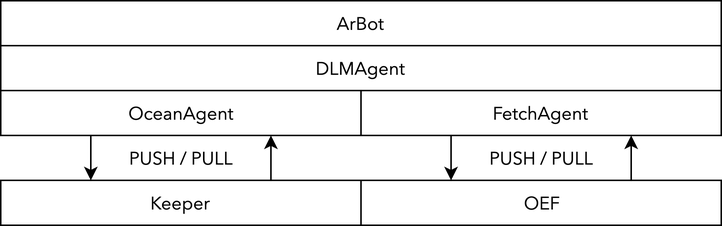
Before: img/dlm_stack.png, a diagram exported from draw.io (OutlierVentures/ArBot). Source tidied: cells renumbered, new cells last; positions are measured from the earlier drawing's top-left corner, leaving out a move shared by most shapes. Its diagram source:
```xml
<mxGraphModel>
  <root>
    <mxCell id="0" />
    <mxCell id="1" parent="0" />
    <mxCell id="2" style="edgeStyle=orthogonalEdgeStyle;rounded=0;jettySize=auto;html=1;exitX=0.75;exitY=0;exitDx=0;exitDy=0;entryX=0.75;entryY=1;entryDx=0;entryDy=0;" parent="1" edge="1" source="3" target="9">
      <mxGeometry relative="1" as="geometry" />
    </mxCell>
    <mxCell id="3" value="OEF" style="rounded=0;whiteSpace=wrap;html=1;fontFamily=Avenir Next;" parent="1" vertex="1">
      <mxGeometry x="240" y="120" width="240" height="30" as="geometry" />
    </mxCell>
    <mxCell id="4" style="edgeStyle=orthogonalEdgeStyle;rounded=0;jettySize=auto;html=1;exitX=0.75;exitY=0;exitDx=0;exitDy=0;entryX=0.75;entryY=1;entryDx=0;entryDy=0;" parent="1" edge="1" source="5" target="7">
      <mxGeometry relative="1" as="geometry" />
    </mxCell>
    <mxCell id="5" value="Keeper" style="rounded=0;whiteSpace=wrap;html=1;fontFamily=Avenir Next;" parent="1" vertex="1">
      <mxGeometry y="120" width="240" height="30" as="geometry" />
    </mxCell>
    <mxCell id="6" style="edgeStyle=orthogonalEdgeStyle;rounded=0;jettySize=auto;html=1;exitX=0.25;exitY=1;exitDx=0;exitDy=0;entryX=0.25;entryY=0;entryDx=0;entryDy=0;" parent="1" edge="1" source="7" target="5">
      <mxGeometry relative="1" as="geometry" />
    </mxCell>
    <mxCell id="7" value="OceanAgent" style="rounded=0;whiteSpace=wrap;html=1;fontFamily=Avenir Next;" parent="1" vertex="1">
      <mxGeometry y="60" width="240" height="30" as="geometry" />
    </mxCell>
    <mxCell id="8" style="edgeStyle=orthogonalEdgeStyle;rounded=0;jettySize=auto;html=1;exitX=0.25;exitY=1;exitDx=0;exitDy=0;entryX=0.25;entryY=0;entryDx=0;entryDy=0;" parent="1" edge="1" source="9" target="3">
      <mxGeometry relative="1" as="geometry" />
    </mxCell>
    <mxCell id="9" value="FetchAgent" style="rounded=0;whiteSpace=wrap;html=1;fontFamily=Avenir Next;" parent="1" vertex="1">
      <mxGeometry x="240" y="60" width="240" height="30" as="geometry" />
    </mxCell>
    <mxCell id="10" value="&lt;div style=&quot;text-align: center&quot;&gt;&lt;span style=&quot;font-family: &amp;#34;avenir next&amp;#34;&quot;&gt;PUSH / PULL&lt;/span&gt;&lt;/div&gt;" style="text;html=1;align=left;verticalAlign=top;spacingTop=-4;" parent="1" vertex="1">
      <mxGeometry x="84" y="96" width="80" height="20" as="geometry" />
    </mxCell>
    <mxCell id="11" value="&lt;div style=&quot;text-align: center&quot;&gt;&lt;span style=&quot;font-family: &amp;#34;avenir next&amp;#34;&quot;&gt;PUSH / PULL&lt;/span&gt;&lt;/div&gt;" style="text;html=1;align=left;verticalAlign=top;spacingTop=-4;" parent="1" vertex="1">
      <mxGeometry x="324" y="96" width="80" height="20" as="geometry" />
    </mxCell>
    <mxCell id="12" value="DLMAgent" style="rounded=0;whiteSpace=wrap;html=1;fontFamily=Avenir Next;" parent="1" vertex="1">
      <mxGeometry y="30" width="480" height="30" as="geometry" />
    </mxCell>
    <mxCell id="13" value="ArBot" style="rounded=0;whiteSpace=wrap;html=1;fontFamily=Avenir Next;" parent="1" vertex="1">
      <mxGeometry width="480" height="30" as="geometry" />
    </mxCell>
  </root>
</mxGraphModel>
```
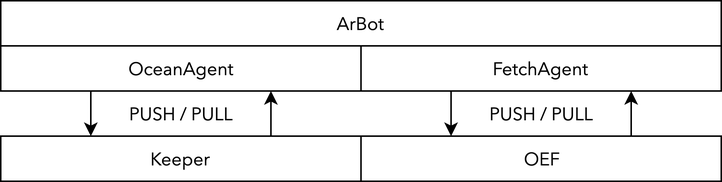
The same file after the commit.

What changed in the source:
```diff
@@ -32,11 +32,8 @@
     <mxCell id="11" value="&lt;div style=&quot;text-align: center&quot;&gt;&lt;span style=&quot;font-family: &amp;#34;avenir next&amp;#34;&quot;&gt;PUSH / PULL&lt;/span&gt;&lt;/div&gt;" style="text;html=1;align=left;verticalAlign=top;spacingTop=-4;" parent="1" vertex="1">
       <mxGeometry x="324" y="96" width="80" height="20" as="geometry" />
     </mxCell>
-    <mxCell id="12" value="DLMAgent" style="rounded=0;whiteSpace=wrap;html=1;fontFamily=Avenir Next;" parent="1" vertex="1">
+    <mxCell id="12" value="ArBot" style="rounded=0;whiteSpace=wrap;html=1;fontFamily=Avenir Next;" parent="1" vertex="1">
       <mxGeometry y="30" width="480" height="30" as="geometry" />
     </mxCell>
-    <mxCell id="13" value="ArBot" style="rounded=0;whiteSpace=wrap;html=1;fontFamily=Avenir Next;" parent="1" vertex="1">
-      <mxGeometry width="480" height="30" as="geometry" />
-    </mxCell>
   </root>
 </mxGraphModel>
```
